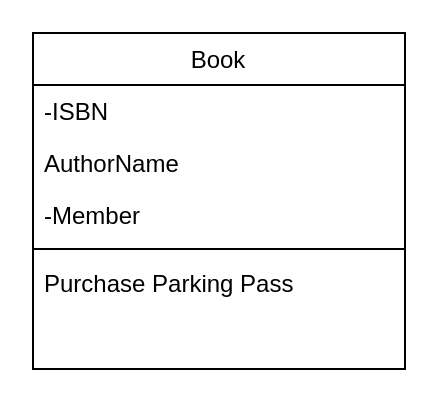
The draw.io diagram Week2Q2.drawio in TanCheeHon/Week2ClassDiagram, before the edit. Source tidied: cells renumbered, new cells numbered last; positions are measured from the earlier drawing's top-left corner, leaving out a move shared by most shapes. Both pictures are drawn from the tidied source at 200%, with x=0, y=0 at pixel (32, 32).
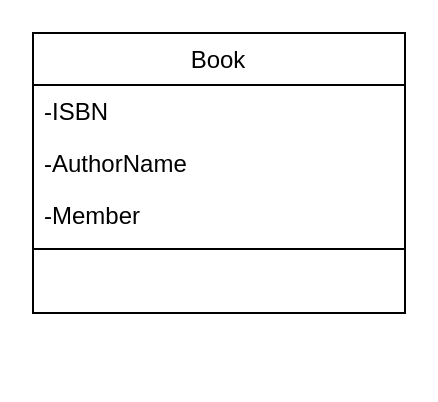
The same page after the edit.

Diff of the diagram source:
```diff
@@
 <mxGraphModel>
   <root>
     <mxCell id="0" />
     <mxCell id="1" parent="0" />
     <mxCell id="2" value="Book" style="swimlane;fontStyle=0;align=center;verticalAlign=top;horizontal=1;startSize=26;rounded=0;shadow=0;strokeWidth=1;" parent="1" vertex="1">
-      <mxGeometry width="186" height="168" as="geometry" />
+      <mxGeometry width="186" height="140" as="geometry" />
     </mxCell>
     <mxCell id="3" value="-ISBN" style="text;align=left;verticalAlign=top;spacingLeft=4;spacingRight=4;overflow=hidden;" parent="2" vertex="1">
       <mxGeometry y="26" width="186" height="26" as="geometry" />
     </mxCell>
-    <mxCell id="4" value="AuthorName" style="text;align=left;verticalAlign=top;spacingLeft=4;spacingRight=4;overflow=hidden;rounded=0;shadow=0;html=0;" parent="2" vertex="1">
+    <mxCell id="4" value="-AuthorName" style="text;align=left;verticalAlign=top;spacingLeft=4;spacingRight=4;overflow=hidden;rounded=0;shadow=0;html=0;" parent="2" vertex="1">
       <mxGeometry y="52" width="186" height="26" as="geometry" />
     </mxCell>
     <mxCell id="5" value="-Member&#10;" style="text;align=left;verticalAlign=top;spacingLeft=4;spacingRight=4;overflow=hidden;rounded=0;shadow=0;html=0;" parent="2" vertex="1">
       <mxGeometry y="78" width="186" height="26" as="geometry" />
     </mxCell>
     <mxCell id="6" style="line;html=1;strokeWidth=1;align=left;verticalAlign=middle;spacingTop=-1;spacingLeft=3;spacingRight=3;labelPosition=right;" parent="2" vertex="1">
       <mxGeometry y="104" width="186" height="8" as="geometry" />
     </mxCell>
-    <mxCell id="7" value="Purchase Parking Pass" style="text;align=left;verticalAlign=top;spacingLeft=4;spacingRight=4;overflow=hidden;" parent="2" vertex="1">
-      <mxGeometry y="112" width="186" height="26" as="geometry" />
-    </mxCell>
   </root>
 </mxGraphModel>
```
